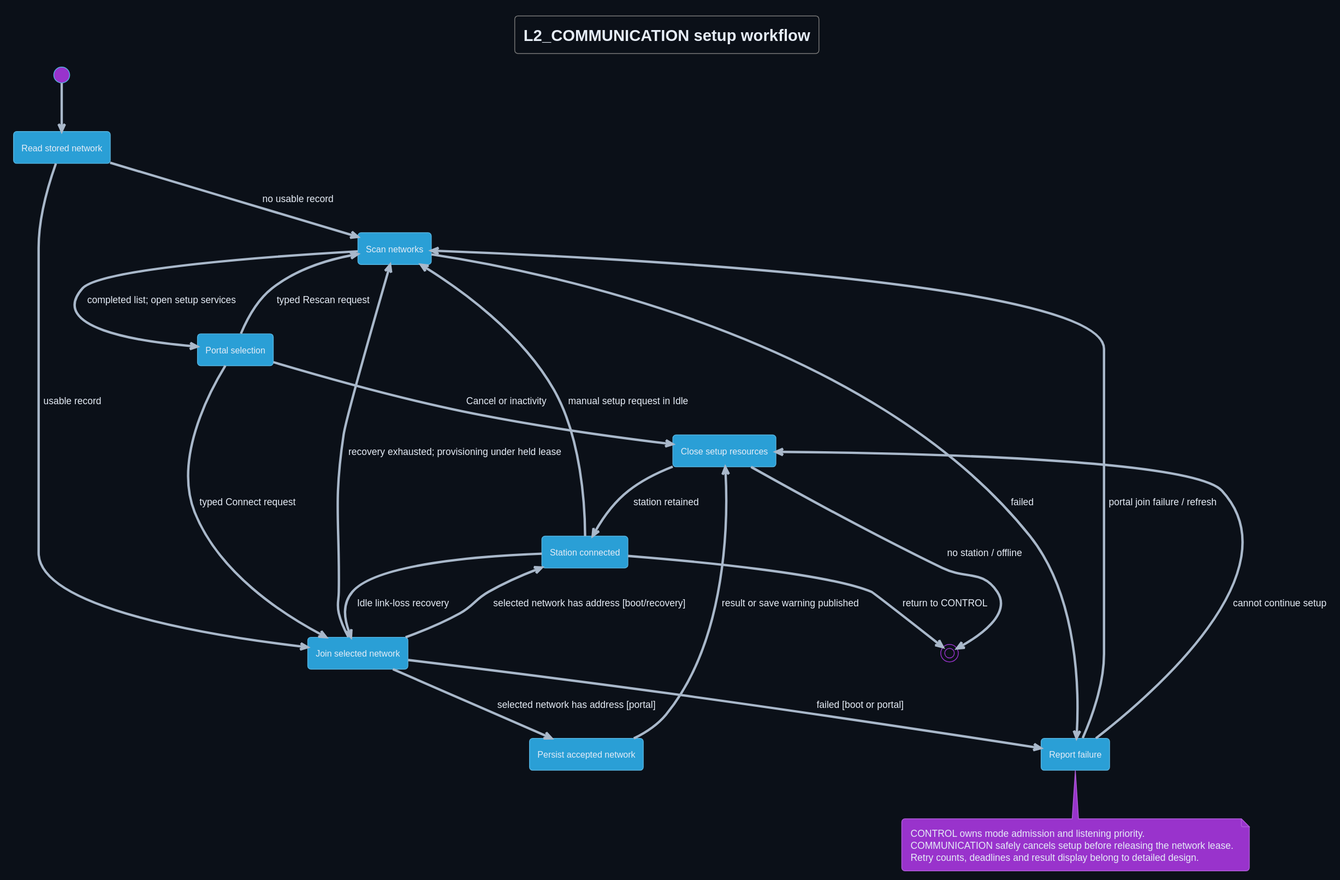
DemonicPsychoII/DigitalStethoscope keeps this PlantUML diagram as Development/system/architecture/COMMUNICATION/rendered/setup_state.svg. Above is the earlier version. The source it was exported from:
```plantuml
@startuml
!theme cyborg
skinparam shadowing false
skinparam defaultFontName SansSerif
skinparam backgroundColor #0b1018
skinparam defaultFontColor #e6edf7
skinparam ArrowColor #a9b8ca
title L2_COMMUNICATION setup workflow
hide empty description
state "Read stored network" as Boot
state "Scan networks" as Scan
state "Portal selection" as Portal
state "Join selected network" as Join
state "Persist accepted network" as Save
state "Close setup resources" as Close
state "Station connected" as Connected
state "Report failure" as Failure
[*] --> Boot
Boot --> Join : usable record
Boot --> Scan : no usable record
Scan --> Portal : completed list; open setup services
Portal --> Join : typed Connect request
Portal --> Scan : typed Rescan request
Portal --> Close : Cancel or inactivity
Join --> Save : selected network has address [portal]
Join --> Connected : selected network has address [boot/recovery]
Join --> Scan : recovery exhausted; provisioning under held lease
Join --> Failure : failed [boot or portal]
Scan --> Failure : failed
Save --> Close : result or save warning published
Failure --> Scan : portal join failure / refresh
Failure --> Close : cannot continue setup
Close --> Connected : station retained
Close --> [*] : no station / offline
Connected --> Join : Idle link-loss recovery
Connected --> Scan : manual setup request in Idle
Connected --> [*] : return to CONTROL
note bottom
 CONTROL owns mode admission and listening priority.
 COMMUNICATION safely cancels setup before releasing the network lease.
 Retry counts, deadlines and result display belong to detailed design.
end note
@enduml
```
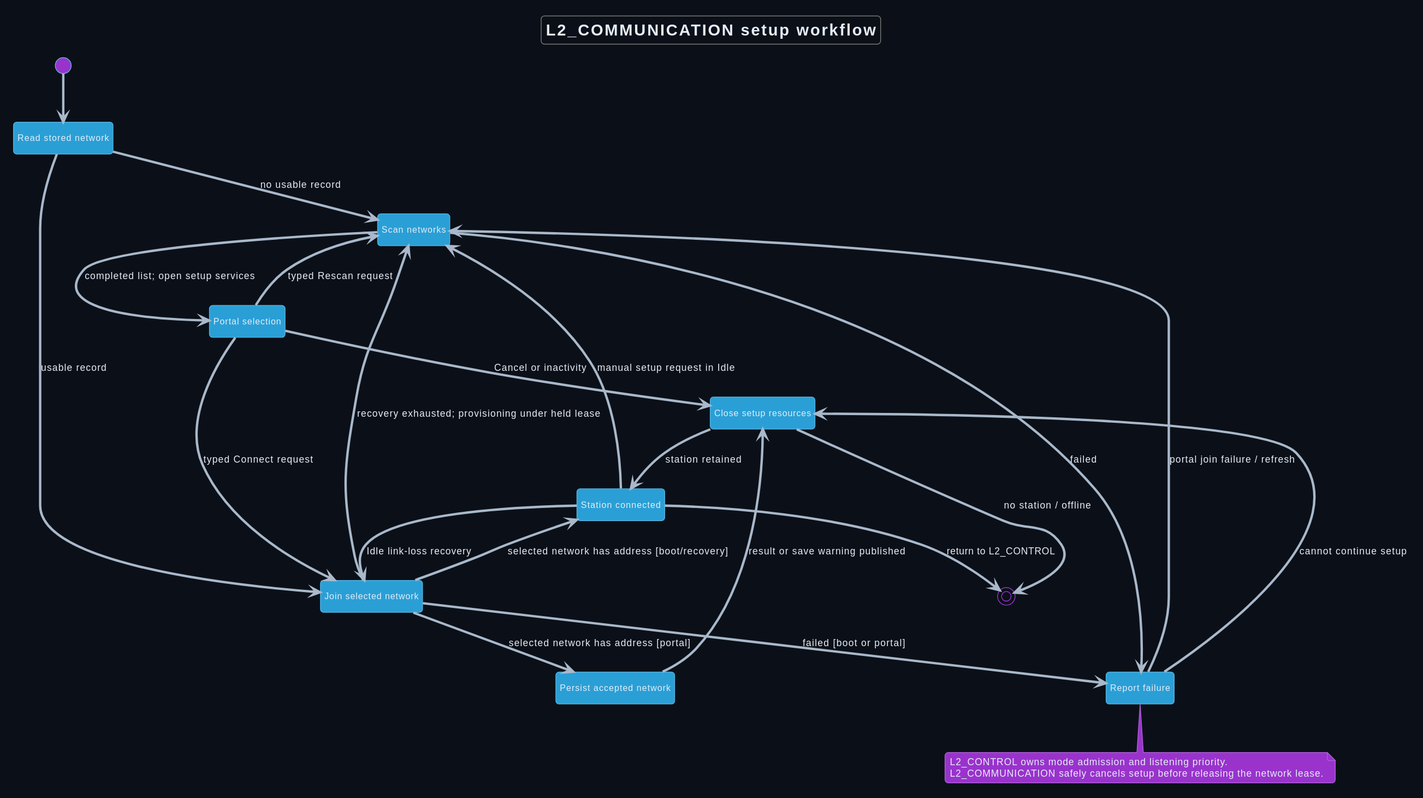
The same diagram one commit later.

What changed in the source:
```diff
@@ -34,10 +34,9 @@
 Close --> [*] : no station / offline
 Connected --> Join : Idle link-loss recovery
 Connected --> Scan : manual setup request in Idle
-Connected --> [*] : return to CONTROL
+Connected --> [*] : return to L2_CONTROL
 note bottom
- CONTROL owns mode admission and listening priority.
- COMMUNICATION safely cancels setup before releasing the network lease.
- Retry counts, deadlines and result display belong to detailed design.
+ L2_CONTROL owns mode admission and listening priority.
+ L2_COMMUNICATION safely cancels setup before releasing the network lease.
 end note
 @enduml
```
